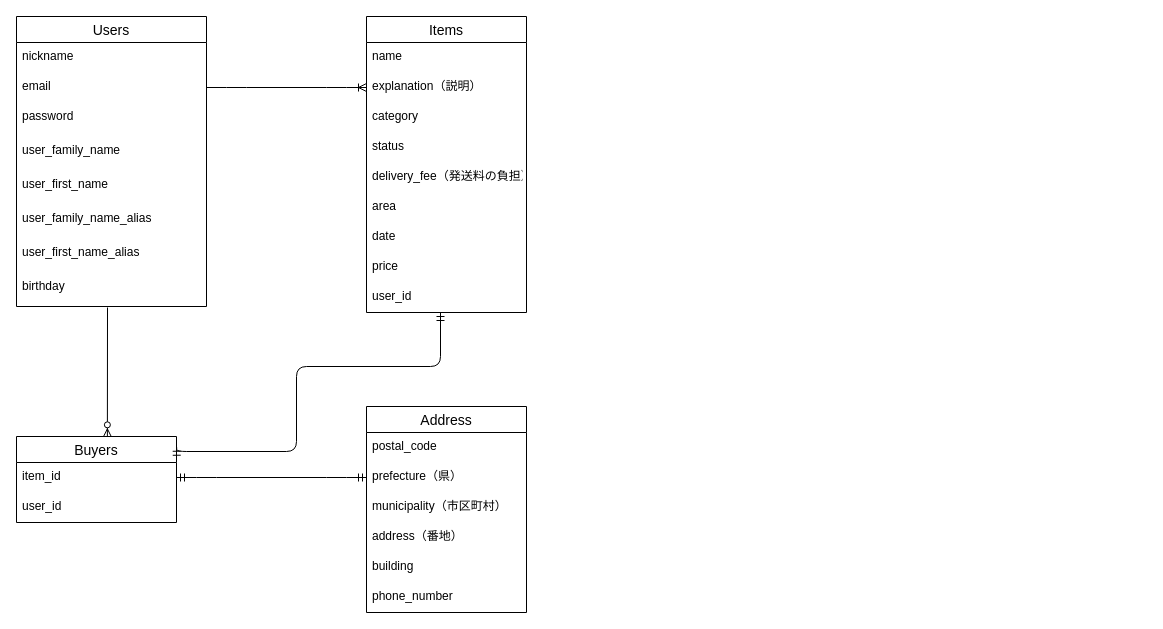
daichi-fukui/furima-31753 keeps this draw.io diagram as furima.dio. Above is the earlier version. Source tidied: cells renumbered, new cells numbered last; positions are measured from the earlier drawing's top-left corner, leaving out a move shared by most shapes. Both pictures are drawn from the tidied source at 100%, with x=0, y=0 at pixel (16, 16).
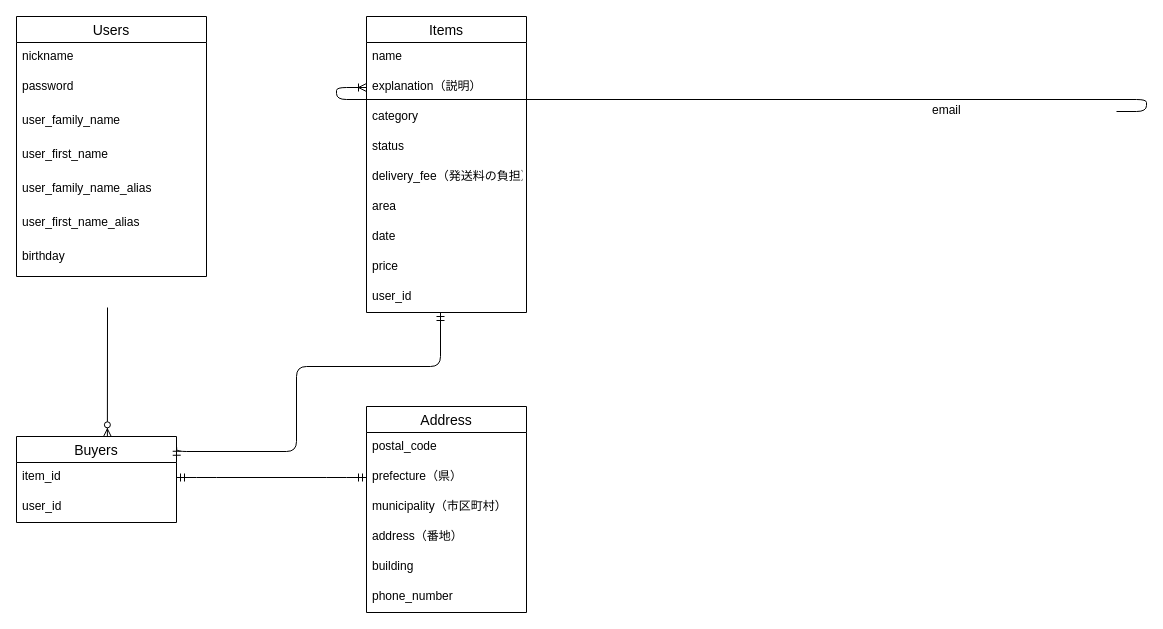
After the change.

Change to the diagram source:
```diff
@@
     <mxCell id="15" value="Users" style="swimlane;fontStyle=0;horizontal=1;startSize=26;align=center;fontSize=14;" parent="1" vertex="1">
-      <mxGeometry width="190" height="290" as="geometry" />
+      <mxGeometry width="190" height="260" as="geometry" />
     </mxCell>
@@
-    <mxCell id="17" value="email" style="text;strokeColor=none;fillColor=none;spacingLeft=4;spacingRight=4;overflow=hidden;points=[[0,0.5],[1,0.5]];portConstraint=eastwest;fontSize=12;" parent="15" vertex="1">
-      <mxGeometry y="56" width="190" height="30" as="geometry" />
-    </mxCell>
     <mxCell id="18" value="password" style="text;strokeColor=none;fillColor=none;spacingLeft=4;spacingRight=4;overflow=hidden;fontSize=12;" parent="15" vertex="1">
-      <mxGeometry y="86" width="190" height="34" as="geometry" />
+      <mxGeometry y="56" width="190" height="34" as="geometry" />
     </mxCell>
     <mxCell id="19" value="user_family_name" style="text;strokeColor=none;fillColor=none;spacingLeft=4;spacingRight=4;overflow=hidden;fontSize=12;" parent="15" vertex="1">
-      <mxGeometry y="120" width="190" height="34" as="geometry" />
+      <mxGeometry y="90" width="190" height="34" as="geometry" />
     </mxCell>
     <mxCell id="20" value="user_first_name" style="text;strokeColor=none;fillColor=none;spacingLeft=4;spacingRight=4;overflow=hidden;fontSize=12;" parent="15" vertex="1">
-      <mxGeometry y="154" width="190" height="34" as="geometry" />
+      <mxGeometry y="124" width="190" height="34" as="geometry" />
     </mxCell>
     <mxCell id="21" value="user_family_name_alias" style="text;strokeColor=none;fillColor=none;spacingLeft=4;spacingRight=4;overflow=hidden;fontSize=12;" parent="15" vertex="1">
-      <mxGeometry y="188" width="190" height="34" as="geometry" />
+      <mxGeometry y="158" width="190" height="34" as="geometry" />
     </mxCell>
     <mxCell id="22" value="user_first_name_alias" style="text;strokeColor=none;fillColor=none;spacingLeft=4;spacingRight=4;overflow=hidden;fontSize=12;" parent="15" vertex="1">
-      <mxGeometry y="222" width="190" height="34" as="geometry" />
+      <mxGeometry y="192" width="190" height="34" as="geometry" />
     </mxCell>
     <mxCell id="23" value="birthday" style="text;strokeColor=none;fillColor=none;spacingLeft=4;spacingRight=4;overflow=hidden;fontSize=12;" parent="15" vertex="1">
-      <mxGeometry y="256" width="190" height="34" as="geometry" />
+      <mxGeometry y="226" width="190" height="34" as="geometry" />
     </mxCell>
@@
+    <mxCell id="17" value="email" style="text;strokeColor=none;fillColor=none;spacingLeft=4;spacingRight=4;overflow=hidden;points=[[0,0.5],[1,0.5]];portConstraint=eastwest;fontSize=12;" parent="1" vertex="1">
+      <mxGeometry x="910" y="80" width="190" height="30" as="geometry" />
+    </mxCell>
```
